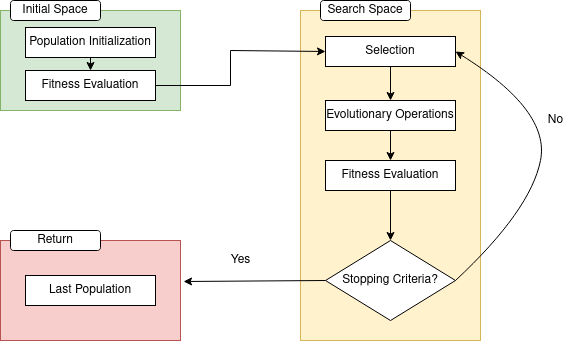
duclos-cavalcanti/tum-msei-seminar keeps this draw.io diagram as paper/evol.png. Above is the earlier version. Source tidied: cells renumbered, new cells last; positions are measured from the earlier drawing's top-left corner, leaving out a move shared by most shapes.
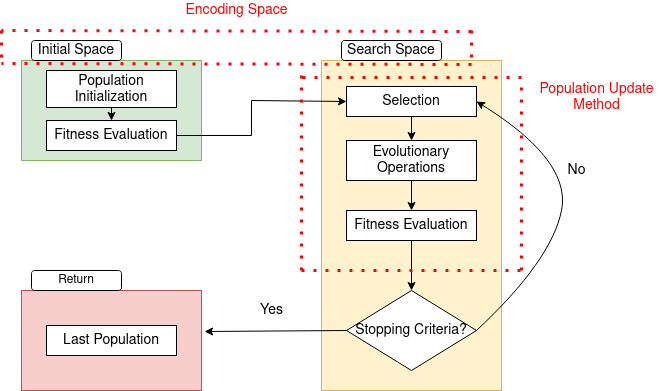
After the change.

Change to the diagram source:
```diff
@@ -11,16 +11,16 @@
     <mxCell id="4" style="rounded=0;whiteSpace=wrap;html=1;fillColor=#f8cecc;strokeColor=#b85450;" parent="1" vertex="1">
       <mxGeometry y="240" width="180" height="100" as="geometry" />
     </mxCell>
-    <mxCell id="5" value="Population Initialization" style="rounded=0;whiteSpace=wrap;html=1;" parent="1" vertex="1">
-      <mxGeometry x="25" y="27" width="130" height="30" as="geometry" />
+    <mxCell id="5" value="&lt;font style=&quot;font-size: 14px;&quot;&gt;Population Initialization&lt;/font&gt;" style="rounded=0;whiteSpace=wrap;html=1;" parent="1" vertex="1">
+      <mxGeometry x="25" y="20" width="130" height="37" as="geometry" />
     </mxCell>
-    <mxCell id="6" value="Fitness Evaluation" style="rounded=0;whiteSpace=wrap;html=1;" parent="1" vertex="1">
+    <mxCell id="6" value="&lt;font style=&quot;font-size: 14px;&quot;&gt;Fitness Evaluation&lt;/font&gt;" style="rounded=0;whiteSpace=wrap;html=1;" parent="1" vertex="1">
       <mxGeometry x="25" y="70" width="130" height="30" as="geometry" />
     </mxCell>
     <mxCell id="7" style="endArrow=classic;html=1;rounded=0;exitX=0.5;exitY=1;exitDx=0;exitDy=0;entryX=0.5;entryY=0;entryDx=0;entryDy=0;" parent="1" edge="1" source="5" target="6">
       <mxGeometry relative="1" as="geometry" />
     </mxCell>
-    <mxCell id="8" value="Selection" style="rounded=0;whiteSpace=wrap;html=1;" parent="1" vertex="1">
+    <mxCell id="8" value="&lt;font style=&quot;font-size: 14px;&quot;&gt;Selection&lt;/font&gt;" style="rounded=0;whiteSpace=wrap;html=1;" parent="1" vertex="1">
       <mxGeometry x="325" y="36" width="130" height="30" as="geometry" />
     </mxCell>
     <mxCell id="9" style="endArrow=classic;html=1;rounded=0;exitX=1;exitY=0.5;exitDx=0;exitDy=0;entryX=0;entryY=0.5;entryDx=0;entryDy=0;" parent="1" edge="1" source="6" target="8">
@@ -31,22 +31,22 @@
         </Array>
       </mxGeometry>
     </mxCell>
-    <mxCell id="10" value="Initial Space" style="rounded=1;whiteSpace=wrap;html=1;" parent="1" vertex="1">
-      <mxGeometry x="10" width="90" height="20" as="geometry" />
+    <mxCell id="10" value="&lt;font style=&quot;font-size: 14px;&quot;&gt;Initial Space&lt;/font&gt;" style="rounded=1;whiteSpace=wrap;html=1;" parent="1" vertex="1">
+      <mxGeometry x="10" y="-10" width="90" height="20" as="geometry" />
     </mxCell>
-    <mxCell id="11" value="Search Space" style="rounded=1;whiteSpace=wrap;html=1;" parent="1" vertex="1">
-      <mxGeometry x="320" width="90" height="20" as="geometry" />
+    <mxCell id="11" value="&lt;font style=&quot;font-size: 14px;&quot;&gt;Search Space&lt;/font&gt;" style="rounded=1;whiteSpace=wrap;html=1;" parent="1" vertex="1">
+      <mxGeometry x="320" y="-10" width="100" height="20" as="geometry" />
     </mxCell>
     <mxCell id="12" value="Return" style="rounded=1;whiteSpace=wrap;html=1;" parent="1" vertex="1">
-      <mxGeometry x="10" y="230" width="90" height="20" as="geometry" />
+      <mxGeometry x="10" y="220" width="90" height="20" as="geometry" />
     </mxCell>
-    <mxCell id="13" value="Evolutionary Operations" style="rounded=0;whiteSpace=wrap;html=1;" parent="1" vertex="1">
-      <mxGeometry x="325" y="100" width="130" height="30" as="geometry" />
+    <mxCell id="13" value="&lt;font style=&quot;font-size: 14px;&quot;&gt;Evolutionary Operations&lt;/font&gt;" style="rounded=0;whiteSpace=wrap;html=1;" parent="1" vertex="1">
+      <mxGeometry x="325" y="90" width="130" height="40" as="geometry" />
     </mxCell>
-    <mxCell id="14" value="Fitness Evaluation" style="rounded=0;whiteSpace=wrap;html=1;" parent="1" vertex="1">
+    <mxCell id="14" value="&lt;font style=&quot;font-size: 14px;&quot;&gt;Fitness Evaluation&lt;/font&gt;" style="rounded=0;whiteSpace=wrap;html=1;" parent="1" vertex="1">
       <mxGeometry x="325" y="160" width="130" height="30" as="geometry" />
     </mxCell>
-    <mxCell id="15" value="Stopping Criteria?" style="rhombus;whiteSpace=wrap;html=1;" parent="1" vertex="1">
+    <mxCell id="15" value="&lt;font style=&quot;font-size: 14px;&quot;&gt;Stopping Criteria?&lt;/font&gt;" style="rhombus;whiteSpace=wrap;html=1;" parent="1" vertex="1">
       <mxGeometry x="325" y="240" width="130" height="80" as="geometry" />
     </mxCell>
     <mxCell id="16" style="endArrow=classic;html=1;rounded=0;entryX=0.5;entryY=0;entryDx=0;entryDy=0;exitX=0.5;exitY=1;exitDx=0;exitDy=0;" parent="1" edge="1" source="14" target="15">
@@ -66,17 +66,71 @@
         </Array>
       </mxGeometry>
     </mxCell>
-    <mxCell id="20" value="No" style="text;html=1;align=center;verticalAlign=middle;strokeColor=none;fillColor=none;" parent="1" vertex="1">
+    <mxCell id="20" value="&lt;font style=&quot;font-size: 14px;&quot;&gt;No&lt;/font&gt;" style="text;html=1;align=center;verticalAlign=middle;strokeColor=none;fillColor=none;" parent="1" vertex="1">
       <mxGeometry x="540" y="110" width="30" height="20" as="geometry" />
     </mxCell>
     <mxCell id="21" style="endArrow=classic;html=1;rounded=0;exitX=0;exitY=0.5;exitDx=0;exitDy=0;entryX=1.017;entryY=0.41;entryDx=0;entryDy=0;entryPerimeter=0;" parent="1" edge="1" source="15" target="4">
       <mxGeometry relative="1" as="geometry" />
     </mxCell>
-    <mxCell id="22" value="Last Population" style="rounded=0;whiteSpace=wrap;html=1;" parent="1" vertex="1">
+    <mxCell id="22" value="&lt;font style=&quot;font-size: 14px;&quot;&gt;Last Population&lt;/font&gt;" style="rounded=0;whiteSpace=wrap;html=1;" parent="1" vertex="1">
       <mxGeometry x="25" y="275" width="130" height="30" as="geometry" />
     </mxCell>
-    <mxCell id="23" value="Yes" style="text;html=1;align=center;verticalAlign=middle;strokeColor=none;fillColor=none;" parent="1" vertex="1">
-      <mxGeometry x="220" y="250" width="40" height="20" as="geometry" />
+    <mxCell id="23" value="Yes" style="text;html=1;align=center;verticalAlign=middle;strokeColor=none;fillColor=none;fontSize=14;" parent="1" vertex="1">
+      <mxGeometry x="230" y="250" width="40" height="20" as="geometry" />
     </mxCell>
+    <mxCell id="24" style="endArrow=none;dashed=1;html=1;dashPattern=1 3;strokeWidth=3;rounded=0;fontSize=14;fillColor=#e51400;strokeColor=#FF0000;" parent="1" edge="1">
+      <mxGeometry relative="1" as="geometry">
+        <mxPoint x="280" y="220" as="sourcePoint" />
+        <mxPoint x="280" y="20" as="targetPoint" />
+      </mxGeometry>
+    </mxCell>
+    <mxCell id="25" style="endArrow=none;dashed=1;html=1;dashPattern=1 3;strokeWidth=3;rounded=0;fontSize=14;fillColor=#e51400;strokeColor=#FF0000;" parent="1" edge="1">
+      <mxGeometry relative="1" as="geometry">
+        <mxPoint x="280" y="220" as="sourcePoint" />
+        <mxPoint x="500" y="220" as="targetPoint" />
+      </mxGeometry>
+    </mxCell>
+    <mxCell id="26" style="endArrow=none;dashed=1;html=1;dashPattern=1 3;strokeWidth=3;rounded=0;fontSize=14;fillColor=#e51400;strokeColor=#FF0000;" parent="1" edge="1">
+      <mxGeometry relative="1" as="geometry">
+        <mxPoint x="500" y="27" as="sourcePoint" />
+        <mxPoint x="280" y="27" as="targetPoint" />
+      </mxGeometry>
+    </mxCell>
+    <mxCell id="27" style="endArrow=none;dashed=1;html=1;dashPattern=1 3;strokeWidth=3;rounded=0;fontSize=14;fillColor=#e51400;strokeColor=#FF0000;" parent="1" edge="1">
+      <mxGeometry relative="1" as="geometry">
+        <mxPoint x="500" y="220" as="sourcePoint" />
+        <mxPoint x="500" y="30" as="targetPoint" />
+      </mxGeometry>
+    </mxCell>
+    <mxCell id="28" value="&lt;div&gt;&lt;font color=&quot;#FF0000&quot;&gt;Population Update&lt;/font&gt;&lt;/div&gt;&lt;div&gt;&lt;font color=&quot;#FF0000&quot;&gt;Method&lt;br&gt;&lt;/font&gt;&lt;/div&gt;" style="text;html=1;align=center;verticalAlign=middle;strokeColor=none;fillColor=none;fontSize=14;" parent="1" vertex="1">
+      <mxGeometry x="510" y="27" width="130" height="40" as="geometry" />
+    </mxCell>
+    <mxCell id="29" style="endArrow=none;dashed=1;html=1;dashPattern=1 3;strokeWidth=3;rounded=0;fontSize=14;fillColor=#e51400;strokeColor=#FF0000;" parent="1" edge="1">
+      <mxGeometry relative="1" as="geometry">
+        <mxPoint x="450" y="-19" as="sourcePoint" />
+        <mxPoint x="-20" y="-20" as="targetPoint" />
+      </mxGeometry>
+    </mxCell>
+    <mxCell id="30" style="endArrow=none;dashed=1;html=1;dashPattern=1 3;strokeWidth=3;rounded=0;fontSize=14;fillColor=#e51400;strokeColor=#FF0000;" parent="1" edge="1">
+      <mxGeometry relative="1" as="geometry">
+        <mxPoint x="450" y="14" as="sourcePoint" />
+        <mxPoint x="-20" y="13" as="targetPoint" />
+      </mxGeometry>
+    </mxCell>
+    <mxCell id="31" style="endArrow=none;dashed=1;html=1;dashPattern=1 3;strokeWidth=3;rounded=0;fontSize=14;fillColor=#e51400;strokeColor=#FF0000;" parent="1" edge="1">
+      <mxGeometry relative="1" as="geometry">
+        <mxPoint x="-20" y="-20" as="sourcePoint" />
+        <mxPoint x="-20" y="10" as="targetPoint" />
+      </mxGeometry>
+    </mxCell>
+    <mxCell id="32" style="endArrow=none;dashed=1;html=1;dashPattern=1 3;strokeWidth=3;rounded=0;fontSize=14;fillColor=#e51400;strokeColor=#FF0000;" parent="1" edge="1">
+      <mxGeometry relative="1" as="geometry">
+        <mxPoint x="450" y="-20" as="sourcePoint" />
+        <mxPoint x="450" y="10" as="targetPoint" />
+      </mxGeometry>
+    </mxCell>
+    <mxCell id="33" value="&lt;font color=&quot;#FF0000&quot;&gt;Encoding Space&lt;/font&gt;" style="text;html=1;align=center;verticalAlign=middle;strokeColor=none;fillColor=none;fontSize=14;" parent="1" vertex="1">
+      <mxGeometry x="155" y="-50" width="120" height="20" as="geometry" />
+    </mxCell>
   </root>
 </mxGraphModel>
```
